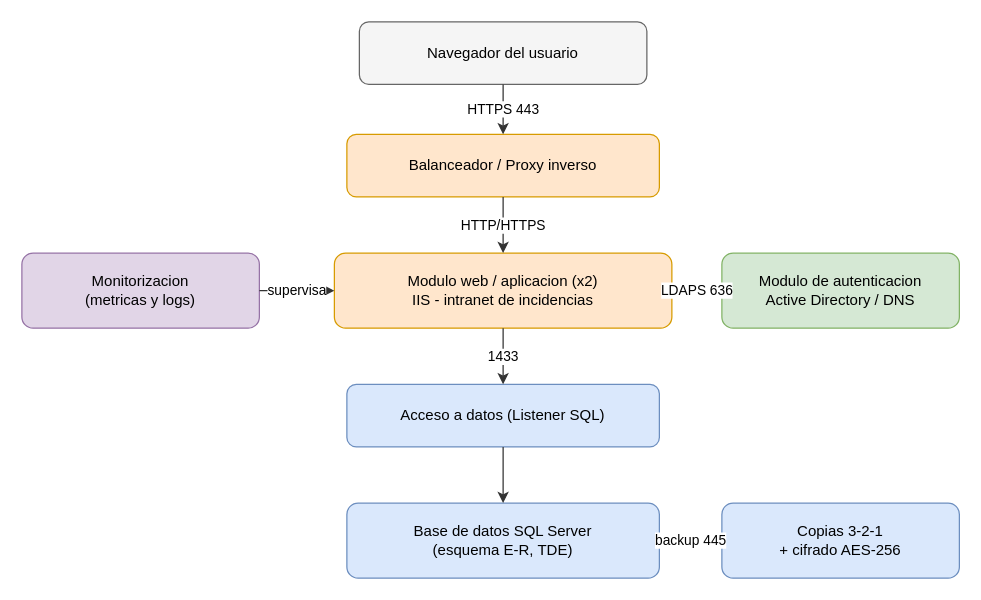
Before: desarrollo/red/diagramas/11-2-componentes.drawio in arnaumartinezmorant-lang/PROYECTO, a draw.io diagram. Source tidied: cells renumbered, new cells numbered last; positions are measured from the earlier drawing's top-left corner, leaving out a move shared by most shapes. Both pictures are drawn from the tidied source at 125%, with x=0, y=0 at pixel (21, 21).
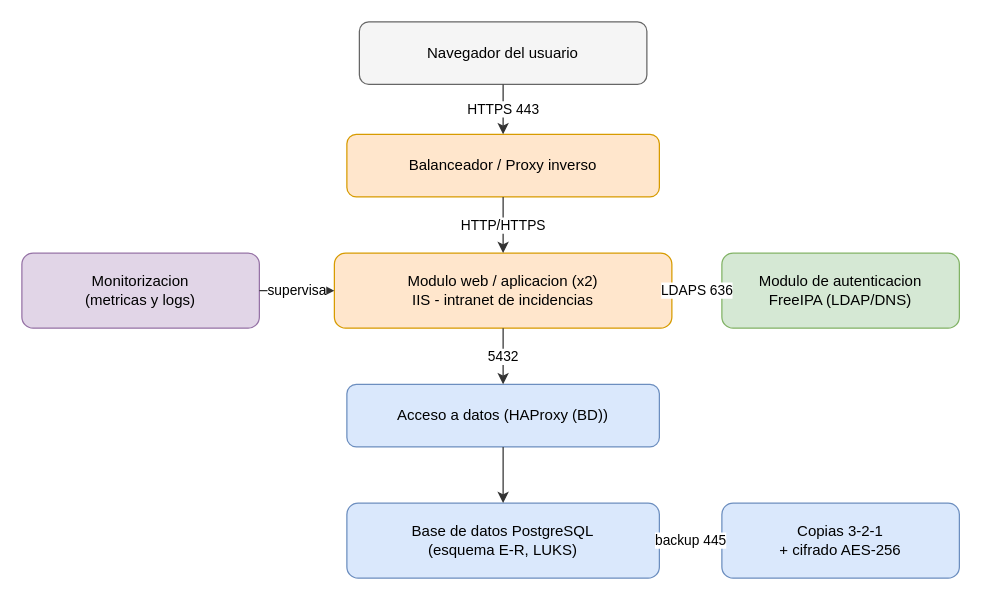
The same page after the edit.

What changed in the source:
```diff
@@
 <mxGraphModel>
   <root>
     <mxCell id="0" />
     <mxCell id="1" parent="0" />
     <mxCell id="2" value="Navegador del usuario" style="rounded=1;whiteSpace=wrap;html=1;fillColor=#f5f5f5;strokeColor=#666666;fontSize=12;" parent="1" vertex="1">
       <mxGeometry x="270" width="230" height="50" as="geometry" />
     </mxCell>
     <mxCell id="3" value="Balanceador / Proxy inverso" style="rounded=1;whiteSpace=wrap;html=1;fillColor=#ffe6cc;strokeColor=#d79b00;fontSize=12;" parent="1" vertex="1">
       <mxGeometry x="260" y="90" width="250" height="50" as="geometry" />
     </mxCell>
     <mxCell id="4" value="Modulo web / aplicacion (x2)&#10;IIS - intranet de incidencias" style="rounded=1;whiteSpace=wrap;html=1;fillColor=#ffe6cc;strokeColor=#d79b00;fontSize=12;" parent="1" vertex="1">
       <mxGeometry x="250" y="185" width="270" height="60" as="geometry" />
     </mxCell>
-    <mxCell id="5" value="Acceso a datos (Listener SQL)" style="rounded=1;whiteSpace=wrap;html=1;fillColor=#dae8fc;strokeColor=#6c8ebf;fontSize=12;" parent="1" vertex="1">
+    <mxCell id="5" value="Acceso a datos (HAProxy (BD))" style="rounded=1;whiteSpace=wrap;html=1;fillColor=#dae8fc;strokeColor=#6c8ebf;fontSize=12;" parent="1" vertex="1">
       <mxGeometry x="260" y="290" width="250" height="50" as="geometry" />
     </mxCell>
-    <mxCell id="6" value="Base de datos SQL Server&#10;(esquema E-R, TDE)" style="rounded=1;whiteSpace=wrap;html=1;fillColor=#dae8fc;strokeColor=#6c8ebf;fontSize=12;" parent="1" vertex="1">
+    <mxCell id="6" value="Base de datos PostgreSQL&#10;(esquema E-R, LUKS)" style="rounded=1;whiteSpace=wrap;html=1;fillColor=#dae8fc;strokeColor=#6c8ebf;fontSize=12;" parent="1" vertex="1">
       <mxGeometry x="260" y="385" width="250" height="60" as="geometry" />
     </mxCell>
-    <mxCell id="7" value="Modulo de autenticacion&#10;Active Directory / DNS" style="rounded=1;whiteSpace=wrap;html=1;fillColor=#d5e8d4;strokeColor=#82b366;fontSize=12;" parent="1" vertex="1">
+    <mxCell id="7" value="Modulo de autenticacion&#10;FreeIPA (LDAP/DNS)" style="rounded=1;whiteSpace=wrap;html=1;fillColor=#d5e8d4;strokeColor=#82b366;fontSize=12;" parent="1" vertex="1">
       <mxGeometry x="560" y="185" width="190" height="60" as="geometry" />
     </mxCell>
     <mxCell id="8" value="Copias 3-2-1&#10;+ cifrado AES-256" style="rounded=1;whiteSpace=wrap;html=1;fillColor=#dae8fc;strokeColor=#6c8ebf;fontSize=12;" parent="1" vertex="1">
       <mxGeometry x="560" y="385" width="190" height="60" as="geometry" />
     </mxCell>
     <mxCell id="9" value="Monitorizacion&#10;(metricas y logs)" style="rounded=1;whiteSpace=wrap;html=1;fillColor=#e1d5e7;strokeColor=#9673a6;fontSize=12;" parent="1" vertex="1">
       <mxGeometry y="185" width="190" height="60" as="geometry" />
     </mxCell>
     <mxCell id="10" value="HTTPS 443" style="endArrow=classic;html=1;rounded=0;strokeColor=#333333;fontSize=11;" parent="1" edge="1" source="2" target="3">
       <mxGeometry relative="1" as="geometry" />
     </mxCell>
     <mxCell id="11" value="HTTP/HTTPS" style="endArrow=classic;html=1;rounded=0;strokeColor=#333333;fontSize=11;" parent="1" edge="1" source="3" target="4">
       <mxGeometry relative="1" as="geometry" />
     </mxCell>
-    <mxCell id="12" value="1433" style="endArrow=classic;html=1;rounded=0;strokeColor=#333333;fontSize=11;" parent="1" edge="1" source="4" target="5">
+    <mxCell id="12" value="5432" style="endArrow=classic;html=1;rounded=0;strokeColor=#333333;fontSize=11;" parent="1" edge="1" source="4" target="5">
       <mxGeometry relative="1" as="geometry" />
     </mxCell>
     <mxCell id="13" style="endArrow=classic;html=1;rounded=0;strokeColor=#333333;fontSize=11;" parent="1" edge="1" source="5" target="6">
       <mxGeometry relative="1" as="geometry" />
     </mxCell>
     <mxCell id="14" value="LDAPS 636" style="endArrow=classic;html=1;rounded=0;strokeColor=#333333;fontSize=11;" parent="1" edge="1" source="4" target="7">
       <mxGeometry relative="1" as="geometry" />
     </mxCell>
     <mxCell id="15" value="backup 445" style="endArrow=classic;html=1;rounded=0;strokeColor=#333333;fontSize=11;" parent="1" edge="1" source="6" target="8">
       <mxGeometry relative="1" as="geometry" />
     </mxCell>
     <mxCell id="16" value="supervisa" style="endArrow=classic;html=1;rounded=0;strokeColor=#333333;fontSize=11;" parent="1" edge="1" source="9" target="4">
       <mxGeometry relative="1" as="geometry" />
     </mxCell>
   </root>
 </mxGraphModel>
```
